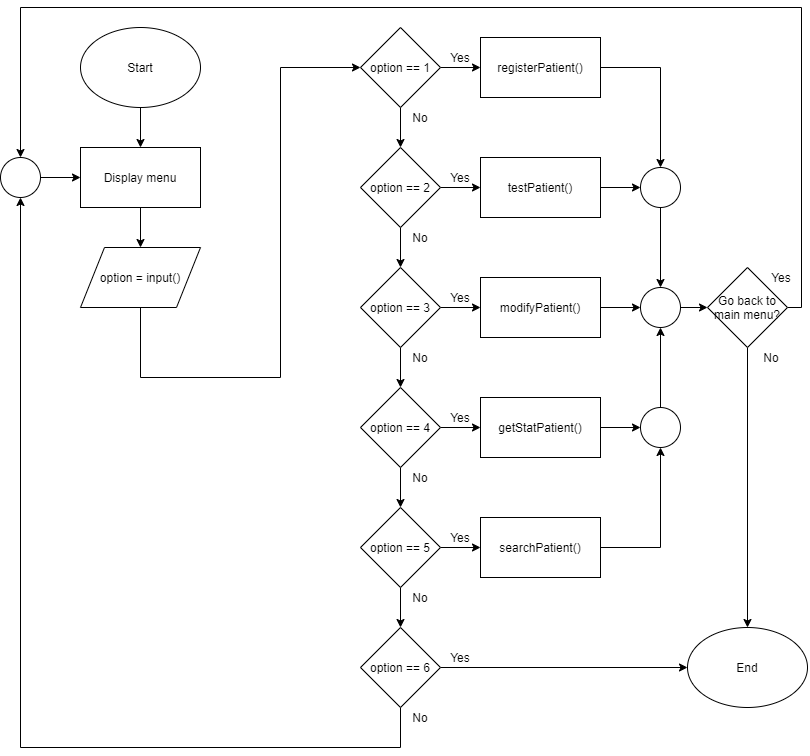
yuto-dev/fsd-corona-new keeps this draw.io diagram as docs/menu.png. Above is the earlier version. Source tidied: cells renumbered, new cells last; positions are measured from the earlier drawing's top-left corner, leaving out a move shared by most shapes.
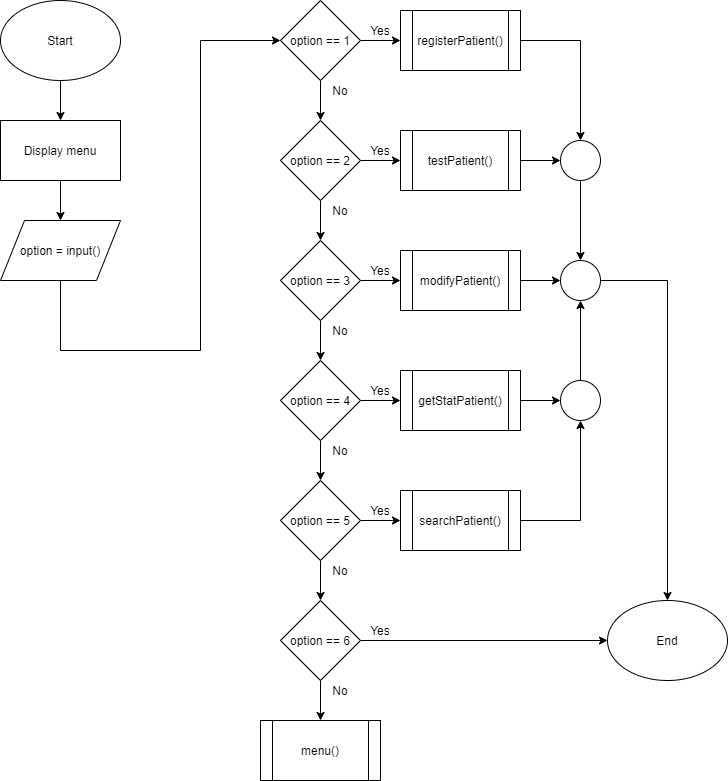
Later version of the same file.

The edit, as a diff of the source:
```diff
@@ -26,17 +26,13 @@
     <mxCell id="7" value="option = input()" style="shape=parallelogram;perimeter=parallelogramPerimeter;whiteSpace=wrap;html=1;" parent="1" vertex="1">
       <mxGeometry x="80" y="240" width="120" height="60" as="geometry" />
     </mxCell>
-    <mxCell id="8" style="edgeStyle=orthogonalEdgeStyle;rounded=0;jettySize=auto;html=1;" parent="1" edge="1" source="9" target="5">
-      <mxGeometry relative="1" as="geometry" />
-    </mxCell>
-    <mxCell id="9" style="ellipse;whiteSpace=wrap;html=1;align=left;" parent="1" vertex="1">
-      <mxGeometry y="150" width="40" height="40" as="geometry" />
-    </mxCell>
     <mxCell id="10" style="edgeStyle=orthogonalEdgeStyle;rounded=0;jettySize=auto;html=1;" parent="1" edge="1" source="12" target="15">
       <mxGeometry relative="1" as="geometry" />
     </mxCell>
-    <mxCell id="11" style="edgeStyle=orthogonalEdgeStyle;rounded=0;jettySize=auto;html=1;" parent="1" edge="1" source="12" target="29">
-      <mxGeometry relative="1" as="geometry" />
+    <mxCell id="11" style="edgeStyle=orthogonalEdgeStyle;rounded=0;jettySize=auto;html=1;" parent="1" edge="1" source="12">
+      <mxGeometry relative="1" as="geometry">
+        <mxPoint x="480" y="60" as="targetPoint" />
+      </mxGeometry>
     </mxCell>
     <mxCell id="12" value="option == 1" style="rhombus;whiteSpace=wrap;html=1;" parent="1" vertex="1">
       <mxGeometry x="360" y="20" width="80" height="80" as="geometry" />
@@ -44,8 +40,10 @@
     <mxCell id="13" style="edgeStyle=orthogonalEdgeStyle;rounded=0;jettySize=auto;html=1;" parent="1" edge="1" source="15" target="18">
       <mxGeometry relative="1" as="geometry" />
     </mxCell>
-    <mxCell id="14" style="edgeStyle=orthogonalEdgeStyle;rounded=0;jettySize=auto;html=1;" parent="1" edge="1" source="15" target="31">
-      <mxGeometry relative="1" as="geometry" />
+    <mxCell id="14" style="edgeStyle=orthogonalEdgeStyle;rounded=0;jettySize=auto;html=1;" parent="1" edge="1" source="15">
+      <mxGeometry relative="1" as="geometry">
+        <mxPoint x="480" y="180" as="targetPoint" />
+      </mxGeometry>
     </mxCell>
     <mxCell id="15" value="option == 2" style="rhombus;whiteSpace=wrap;html=1;" parent="1" vertex="1">
       <mxGeometry x="360" y="140" width="80" height="80" as="geometry" />
@@ -53,8 +51,10 @@
     <mxCell id="16" style="edgeStyle=orthogonalEdgeStyle;rounded=0;jettySize=auto;html=1;" parent="1" edge="1" source="18" target="21">
       <mxGeometry relative="1" as="geometry" />
     </mxCell>
-    <mxCell id="17" style="edgeStyle=orthogonalEdgeStyle;rounded=0;jettySize=auto;html=1;" parent="1" edge="1" source="18" target="33">
-      <mxGeometry relative="1" as="geometry" />
+    <mxCell id="17" style="edgeStyle=orthogonalEdgeStyle;rounded=0;jettySize=auto;html=1;" parent="1" edge="1" source="18">
+      <mxGeometry relative="1" as="geometry">
+        <mxPoint x="480" y="300" as="targetPoint" />
+      </mxGeometry>
     </mxCell>
     <mxCell id="18" value="&lt;span&gt;option == 3&lt;/span&gt;" style="rhombus;whiteSpace=wrap;html=1;" parent="1" vertex="1">
       <mxGeometry x="360" y="260" width="80" height="80" as="geometry" />
@@ -62,8 +62,10 @@
     <mxCell id="19" style="edgeStyle=orthogonalEdgeStyle;rounded=0;jettySize=auto;html=1;" parent="1" edge="1" source="21" target="24">
       <mxGeometry relative="1" as="geometry" />
     </mxCell>
-    <mxCell id="20" style="edgeStyle=orthogonalEdgeStyle;rounded=0;jettySize=auto;html=1;" parent="1" edge="1" source="21" target="35">
-      <mxGeometry relative="1" as="geometry" />
+    <mxCell id="20" style="edgeStyle=orthogonalEdgeStyle;rounded=0;jettySize=auto;html=1;" parent="1" edge="1" source="21">
+      <mxGeometry relative="1" as="geometry">
+        <mxPoint x="480" y="420" as="targetPoint" />
+      </mxGeometry>
     </mxCell>
     <mxCell id="21" value="&lt;span&gt;option == 4&lt;/span&gt;" style="rhombus;whiteSpace=wrap;html=1;" parent="1" vertex="1">
       <mxGeometry x="360" y="380" width="80" height="80" as="geometry" />
@@ -71,60 +73,52 @@
     <mxCell id="22" style="edgeStyle=orthogonalEdgeStyle;rounded=0;jettySize=auto;html=1;" parent="1" edge="1" source="24" target="27">
       <mxGeometry relative="1" as="geometry" />
     </mxCell>
-    <mxCell id="23" style="edgeStyle=orthogonalEdgeStyle;rounded=0;jettySize=auto;html=1;" parent="1" edge="1" source="24" target="37">
-      <mxGeometry relative="1" as="geometry" />
+    <mxCell id="23" style="edgeStyle=orthogonalEdgeStyle;rounded=0;jettySize=auto;html=1;" parent="1" edge="1" source="24">
+      <mxGeometry relative="1" as="geometry">
+        <mxPoint x="480" y="540" as="targetPoint" />
+      </mxGeometry>
     </mxCell>
     <mxCell id="24" value="&lt;span&gt;option == 5&lt;/span&gt;" style="rhombus;whiteSpace=wrap;html=1;" parent="1" vertex="1">
       <mxGeometry x="360" y="500" width="80" height="80" as="geometry" />
     </mxCell>
-    <mxCell id="25" style="edgeStyle=orthogonalEdgeStyle;rounded=0;jettySize=auto;html=1;entryX=0.5;entryY=1;entryDx=0;entryDy=0;" parent="1" edge="1" source="27" target="9">
-      <mxGeometry relative="1" as="geometry">
-        <Array as="points">
-          <mxPoint x="400" y="740" />
-          <mxPoint x="20" y="740" />
-        </Array>
-      </mxGeometry>
-    </mxCell>
     <mxCell id="26" style="edgeStyle=orthogonalEdgeStyle;rounded=0;jettySize=auto;html=1;entryX=0;entryY=0.5;entryDx=0;entryDy=0;" parent="1" edge="1" source="27" target="38">
       <mxGeometry relative="1" as="geometry" />
     </mxCell>
+    <mxCell id="62" style="edgeStyle=orthogonalEdgeStyle;rounded=0;jettySize=auto;html=1;" parent="1" edge="1" source="27" target="63">
+      <mxGeometry relative="1" as="geometry" />
+    </mxCell>
     <mxCell id="27" value="&lt;span&gt;option == 6&lt;/span&gt;" style="rhombus;whiteSpace=wrap;html=1;" parent="1" vertex="1">
       <mxGeometry x="360" y="620" width="80" height="80" as="geometry" />
     </mxCell>
-    <mxCell id="28" style="edgeStyle=orthogonalEdgeStyle;rounded=0;jettySize=auto;html=1;" parent="1" edge="1" source="29" target="44">
-      <mxGeometry relative="1" as="geometry" />
+    <mxCell id="28" style="edgeStyle=orthogonalEdgeStyle;rounded=0;jettySize=auto;html=1;" parent="1" edge="1" target="44">
+      <mxGeometry relative="1" as="geometry">
+        <mxPoint x="600" y="60" as="sourcePoint" />
+      </mxGeometry>
     </mxCell>
-    <mxCell id="29" value="registerPatient()" style="rounded=0;whiteSpace=wrap;html=1;" parent="1" vertex="1">
-      <mxGeometry x="480" y="30" width="120" height="60" as="geometry" />
-    </mxCell>
-    <mxCell id="30" style="edgeStyle=orthogonalEdgeStyle;rounded=0;jettySize=auto;html=1;" parent="1" edge="1" source="31" target="44">
-      <mxGeometry relative="1" as="geometry" />
+    <mxCell id="30" style="edgeStyle=orthogonalEdgeStyle;rounded=0;jettySize=auto;html=1;" parent="1" edge="1" target="44">
+      <mxGeometry relative="1" as="geometry">
+        <mxPoint x="600" y="180" as="sourcePoint" />
+      </mxGeometry>
     </mxCell>
-    <mxCell id="31" value="testPatient()" style="rounded=0;whiteSpace=wrap;html=1;" parent="1" vertex="1">
-      <mxGeometry x="480" y="150" width="120" height="60" as="geometry" />
-    </mxCell>
-    <mxCell id="32" style="edgeStyle=orthogonalEdgeStyle;rounded=0;jettySize=auto;html=1;" parent="1" edge="1" source="33" target="40">
-      <mxGeometry relative="1" as="geometry" />
+    <mxCell id="32" style="edgeStyle=orthogonalEdgeStyle;rounded=0;jettySize=auto;html=1;" parent="1" edge="1" target="40">
+      <mxGeometry relative="1" as="geometry">
+        <mxPoint x="600" y="300" as="sourcePoint" />
+      </mxGeometry>
     </mxCell>
-    <mxCell id="33" value="modifyPatient()" style="rounded=0;whiteSpace=wrap;html=1;" parent="1" vertex="1">
-      <mxGeometry x="480" y="270" width="120" height="60" as="geometry" />
-    </mxCell>
-    <mxCell id="34" style="edgeStyle=orthogonalEdgeStyle;rounded=0;jettySize=auto;html=1;" parent="1" edge="1" source="35" target="42">
-      <mxGeometry relative="1" as="geometry" />
+    <mxCell id="34" style="edgeStyle=orthogonalEdgeStyle;rounded=0;jettySize=auto;html=1;" parent="1" edge="1" target="42">
+      <mxGeometry relative="1" as="geometry">
+        <mxPoint x="600" y="420" as="sourcePoint" />
+      </mxGeometry>
     </mxCell>
-    <mxCell id="35" value="getStatPatient()" style="rounded=0;whiteSpace=wrap;html=1;" parent="1" vertex="1">
-      <mxGeometry x="480" y="390" width="120" height="60" as="geometry" />
-    </mxCell>
-    <mxCell id="36" style="edgeStyle=orthogonalEdgeStyle;rounded=0;jettySize=auto;html=1;entryX=0.5;entryY=1;entryDx=0;entryDy=0;" parent="1" edge="1" source="37" target="42">
-      <mxGeometry relative="1" as="geometry" />
+    <mxCell id="36" style="edgeStyle=orthogonalEdgeStyle;rounded=0;jettySize=auto;html=1;entryX=0.5;entryY=1;entryDx=0;entryDy=0;" parent="1" edge="1" target="42">
+      <mxGeometry relative="1" as="geometry">
+        <mxPoint x="600" y="540" as="sourcePoint" />
+      </mxGeometry>
     </mxCell>
-    <mxCell id="37" value="searchPatient()" style="rounded=0;whiteSpace=wrap;html=1;" parent="1" vertex="1">
-      <mxGeometry x="480" y="510" width="120" height="60" as="geometry" />
-    </mxCell>
     <mxCell id="38" value="End" style="ellipse;whiteSpace=wrap;html=1;" parent="1" vertex="1">
       <mxGeometry x="687" y="620" width="120" height="80" as="geometry" />
     </mxCell>
-    <mxCell id="39" style="edgeStyle=orthogonalEdgeStyle;rounded=0;jettySize=auto;html=1;" parent="1" edge="1" source="40" target="47">
+    <mxCell id="39" style="edgeStyle=orthogonalEdgeStyle;rounded=0;jettySize=auto;html=1;entryX=0.5;entryY=0;entryDx=0;entryDy=0;" parent="1" edge="1" source="40" target="38">
       <mxGeometry relative="1" as="geometry" />
     </mxCell>
     <mxCell id="40" style="ellipse;whiteSpace=wrap;html=1;" parent="1" vertex="1">
@@ -142,21 +136,6 @@
     <mxCell id="44" style="ellipse;whiteSpace=wrap;html=1;" parent="1" vertex="1">
       <mxGeometry x="640" y="160" width="40" height="40" as="geometry" />
     </mxCell>
-    <mxCell id="45" style="edgeStyle=orthogonalEdgeStyle;rounded=0;jettySize=auto;html=1;entryX=0.5;entryY=0;entryDx=0;entryDy=0;" parent="1" edge="1" source="47" target="9">
-      <mxGeometry relative="1" as="geometry">
-        <Array as="points">
-          <mxPoint x="801" y="300" />
-          <mxPoint x="801" />
-          <mxPoint x="20" />
-        </Array>
-      </mxGeometry>
-    </mxCell>
-    <mxCell id="46" style="edgeStyle=orthogonalEdgeStyle;rounded=0;jettySize=auto;html=1;entryX=0.5;entryY=0;entryDx=0;entryDy=0;" parent="1" edge="1" source="47" target="38">
-      <mxGeometry relative="1" as="geometry" />
-    </mxCell>
-    <mxCell id="47" value="Go back to main menu?" style="rhombus;whiteSpace=wrap;html=1;" parent="1" vertex="1">
-      <mxGeometry x="707" y="260" width="80" height="80" as="geometry" />
-    </mxCell>
     <mxCell id="48" value="Yes" style="text;html=1;strokeColor=none;fillColor=none;align=center;verticalAlign=middle;whiteSpace=wrap;rounded=0;" parent="1" vertex="1">
       <mxGeometry x="440" y="40" width="40" height="20" as="geometry" />
     </mxCell>
@@ -175,12 +154,6 @@
     <mxCell id="53" value="Yes" style="text;html=1;strokeColor=none;fillColor=none;align=center;verticalAlign=middle;whiteSpace=wrap;rounded=0;" parent="1" vertex="1">
       <mxGeometry x="440" y="640" width="40" height="20" as="geometry" />
     </mxCell>
-    <mxCell id="54" value="Yes" style="text;html=1;strokeColor=none;fillColor=none;align=center;verticalAlign=middle;whiteSpace=wrap;rounded=0;" parent="1" vertex="1">
-      <mxGeometry x="761" y="260" width="40" height="20" as="geometry" />
-    </mxCell>
-    <mxCell id="55" value="No" style="text;html=1;strokeColor=none;fillColor=none;align=center;verticalAlign=middle;whiteSpace=wrap;rounded=0;" parent="1" vertex="1">
-      <mxGeometry x="400" y="700" width="40" height="20" as="geometry" />
-    </mxCell>
     <mxCell id="56" value="No" style="text;html=1;strokeColor=none;fillColor=none;align=center;verticalAlign=middle;whiteSpace=wrap;rounded=0;" parent="1" vertex="1">
       <mxGeometry x="400" y="580" width="40" height="20" as="geometry" />
     </mxCell>
@@ -196,8 +169,26 @@
     <mxCell id="60" value="No" style="text;html=1;strokeColor=none;fillColor=none;align=center;verticalAlign=middle;whiteSpace=wrap;rounded=0;" parent="1" vertex="1">
       <mxGeometry x="400" y="100" width="40" height="20" as="geometry" />
     </mxCell>
-    <mxCell id="61" value="No" style="text;html=1;strokeColor=none;fillColor=none;align=center;verticalAlign=middle;whiteSpace=wrap;rounded=0;" parent="1" vertex="1">
-      <mxGeometry x="751" y="340" width="40" height="20" as="geometry" />
-    </mxCell>
+    <mxCell id="37" value="searchPatient()" style="shape=process;whiteSpace=wrap;html=1;backgroundOutline=1;" parent="1" vertex="1">
+      <mxGeometry x="480" y="510" width="120" height="60" as="geometry" />
+    </mxCell>
+    <mxCell id="35" value="getStatPatient()" style="shape=process;whiteSpace=wrap;html=1;backgroundOutline=1;" parent="1" vertex="1">
+      <mxGeometry x="480" y="390" width="120" height="60" as="geometry" />
+    </mxCell>
+    <mxCell id="33" value="modifyPatient()" style="shape=process;whiteSpace=wrap;html=1;backgroundOutline=1;" parent="1" vertex="1">
+      <mxGeometry x="480" y="270" width="120" height="60" as="geometry" />
+    </mxCell>
+    <mxCell id="29" value="registerPatient()" style="shape=process;whiteSpace=wrap;html=1;backgroundOutline=1;" parent="1" vertex="1">
+      <mxGeometry x="480" y="30" width="120" height="60" as="geometry" />
+    </mxCell>
+    <mxCell id="31" value="testPatient()" style="shape=process;whiteSpace=wrap;html=1;backgroundOutline=1;" parent="1" vertex="1">
+      <mxGeometry x="480" y="150" width="120" height="60" as="geometry" />
+    </mxCell>
+    <mxCell id="63" value="menu()" style="shape=process;whiteSpace=wrap;html=1;backgroundOutline=1;" parent="1" vertex="1">
+      <mxGeometry x="340" y="740" width="120" height="60" as="geometry" />
+    </mxCell>
+    <mxCell id="55" value="No" style="text;html=1;strokeColor=none;fillColor=none;align=center;verticalAlign=middle;whiteSpace=wrap;rounded=0;" parent="1" vertex="1">
+      <mxGeometry x="400" y="700" width="40" height="20" as="geometry" />
+    </mxCell>
   </root>
 </mxGraphModel>
```
